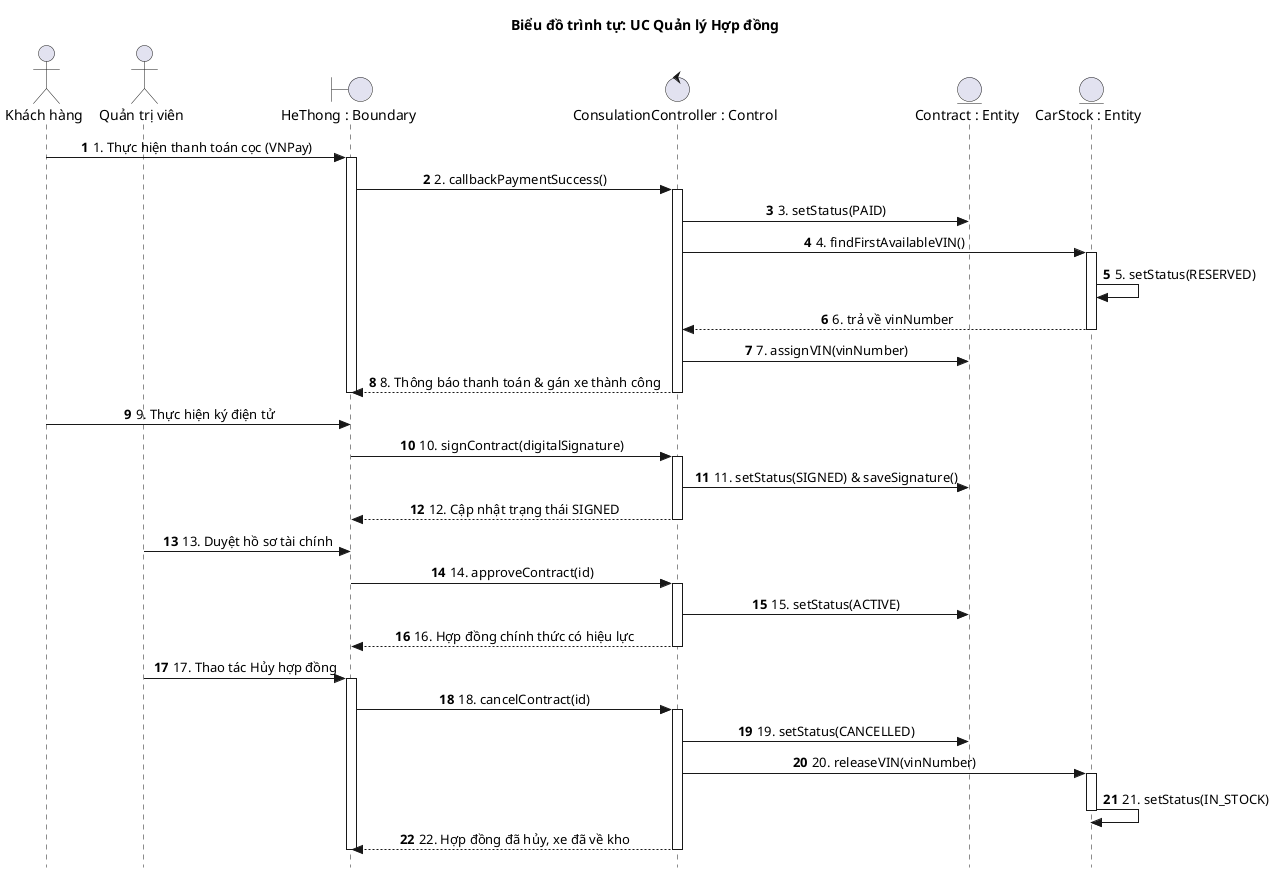
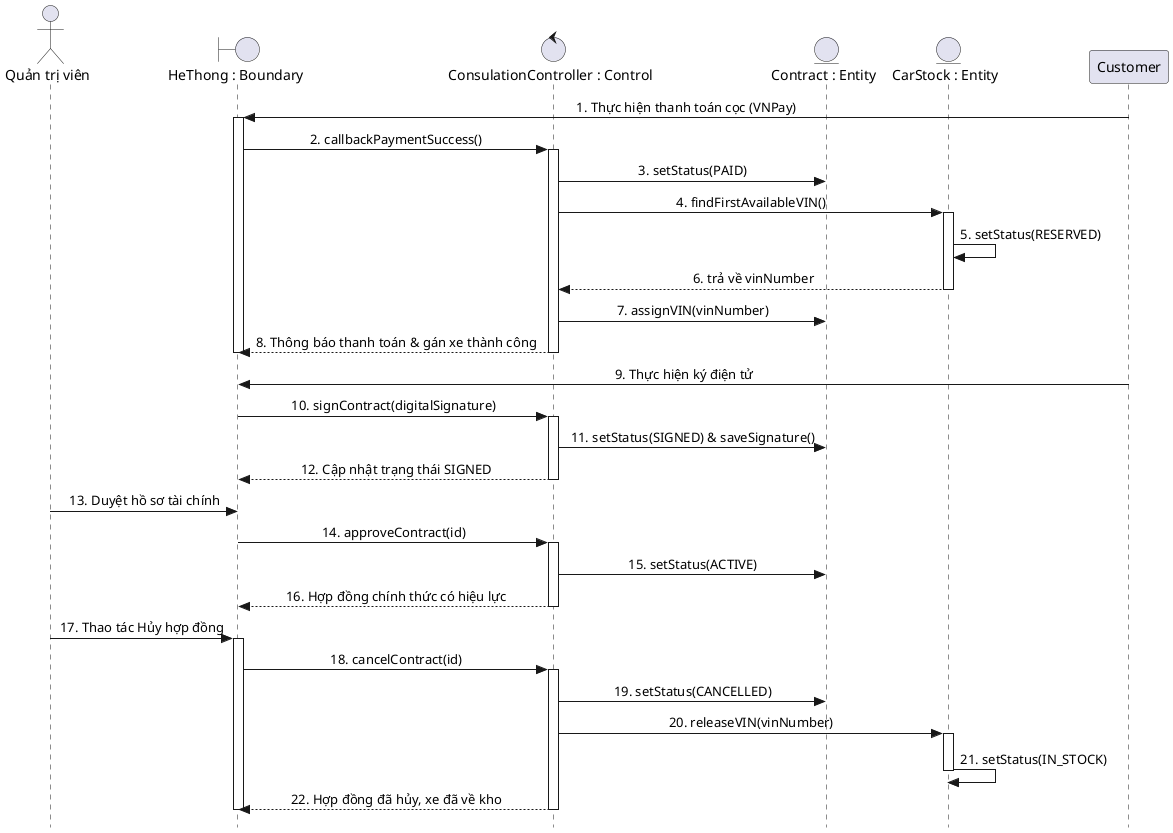
@startuml
skinparam style strictuml
skinparam sequenceMessageAlign center

- actor "Khách hàng" as Customer
+ 
actor "Quản trị viên" as Admin
boundary "HeThong : Boundary" as UI
control "ConsulationController : Control" as Controller
entity "Contract : Entity" as Contract
entity "CarStock : Entity" as Stock

- title Biểu đồ trình tự: UC Quản lý Hợp đồng

- autonumber 1 1 "<b>0"

Customer -> UI: 1. Thực hiện thanh toán cọc (VNPay)
activate UI
    UI -> Controller: 2. callbackPaymentSuccess()
    activate Controller
        Controller -> Contract: 3. setStatus(PAID)

        Controller -> Stock: 4. findFirstAvailableVIN()
        activate Stock
            Stock -> Stock: 5. setStatus(RESERVED)
            Stock --> Controller: 6. trả về vinNumber
        deactivate Stock

        Controller -> Contract: 7. assignVIN(vinNumber)
        Controller --> UI: 8. Thông báo thanh toán & gán xe thành công
    deactivate Controller
deactivate UI

Customer -> UI: 9. Thực hiện ký điện tử
UI -> Controller: 10. signContract(digitalSignature)
activate Controller
    Controller -> Contract: 11. setStatus(SIGNED) & saveSignature()
    Controller --> UI: 12. Cập nhật trạng thái SIGNED
deactivate Controller

Admin -> UI: 13. Duyệt hồ sơ tài chính
UI -> Controller: 14. approveContract(id)
activate Controller
    Controller -> Contract: 15. setStatus(ACTIVE)
    Controller --> UI: 16. Hợp đồng chính thức có hiệu lực
deactivate Controller

Admin -> UI: 17. Thao tác Hủy hợp đồng
activate UI
    UI -> Controller: 18. cancelContract(id)
    activate Controller
        Controller -> Contract: 19. setStatus(CANCELLED)
        Controller -> Stock: 20. releaseVIN(vinNumber)
        activate Stock
            Stock -> Stock: 21. setStatus(IN_STOCK)
        deactivate Stock
        Controller --> UI: 22. Hợp đồng đã hủy, xe đã về kho
    deactivate Controller
deactivate UI

@enduml